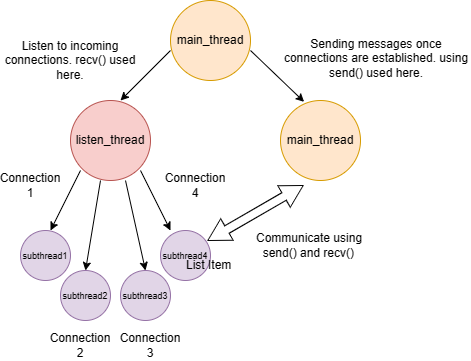
Before: Final_Client/cc_workflow.png, a diagram exported from draw.io (NarasimhanKovalai/Cloud_Computing_Project). Source tidied: cells renumbered, new cells last; positions are measured from the earlier drawing's top-left corner, leaving out a move shared by most shapes. Its diagram source:
```xml
<mxGraphModel>
  <root>
    <mxCell id="0" />
    <mxCell id="1" parent="0" />
    <mxCell id="2" value="listen_thread" style="ellipse;whiteSpace=wrap;html=1;fillColor=#f8cecc;strokeColor=#b85450;" parent="1" vertex="1">
      <mxGeometry x="70" y="100" width="80" height="80" as="geometry" />
    </mxCell>
    <mxCell id="3" value="main_thread" style="ellipse;whiteSpace=wrap;html=1;fillColor=#ffe6cc;strokeColor=#d79b00;" parent="1" vertex="1">
      <mxGeometry x="170" width="80" height="80" as="geometry" />
    </mxCell>
    <mxCell id="4" value="main_thread" style="ellipse;whiteSpace=wrap;html=1;fillColor=#ffe6cc;strokeColor=#d79b00;" parent="1" vertex="1">
      <mxGeometry x="280" y="100" width="80" height="80" as="geometry" />
    </mxCell>
    <mxCell id="5" style="endArrow=classic;html=1;rounded=0;" parent="1" edge="1">
      <mxGeometry relative="1" as="geometry">
        <mxPoint x="170" y="50" as="sourcePoint" />
        <mxPoint x="120" y="100" as="targetPoint" />
      </mxGeometry>
    </mxCell>
    <mxCell id="6" style="endArrow=classic;html=1;rounded=0;entryX=0.295;entryY=0.017;entryDx=0;entryDy=0;entryPerimeter=0;" parent="1" edge="1" target="4">
      <mxGeometry relative="1" as="geometry">
        <mxPoint x="250" y="50" as="sourcePoint" />
      </mxGeometry>
    </mxCell>
    <mxCell id="7" value="Listen to incoming connections. recv() used here." style="text;html=1;align=center;verticalAlign=middle;whiteSpace=wrap;rounded=0;" parent="1" vertex="1">
      <mxGeometry y="45" width="140" height="30" as="geometry" />
    </mxCell>
    <mxCell id="8" value="&lt;div style=&quot;text-align: center;&quot;&gt;Sending messages once connections are established. using send() used here.&lt;/div&gt;" style="text;whiteSpace=wrap;html=1;" parent="1" vertex="1">
      <mxGeometry x="280" y="30" width="190" height="40" as="geometry" />
    </mxCell>
    <mxCell id="9" style="endArrow=classic;html=1;rounded=0;" parent="1" edge="1">
      <mxGeometry relative="1" as="geometry">
        <mxPoint x="80" y="170" as="sourcePoint" />
        <mxPoint x="50" y="230" as="targetPoint" />
      </mxGeometry>
    </mxCell>
    <mxCell id="10" style="endArrow=classic;html=1;rounded=0;entryX=0.5;entryY=0;entryDx=0;entryDy=0;" parent="1" edge="1" target="15">
      <mxGeometry relative="1" as="geometry">
        <mxPoint x="100" y="180" as="sourcePoint" />
      </mxGeometry>
    </mxCell>
    <mxCell id="11" style="endArrow=classic;html=1;rounded=0;entryX=0.5;entryY=0;entryDx=0;entryDy=0;" parent="1" edge="1" target="16">
      <mxGeometry relative="1" as="geometry">
        <mxPoint x="125" y="180" as="sourcePoint" />
      </mxGeometry>
    </mxCell>
    <mxCell id="12" style="endArrow=classic;html=1;rounded=0;" parent="1" edge="1">
      <mxGeometry relative="1" as="geometry">
        <mxPoint x="140" y="170" as="sourcePoint" />
        <mxPoint x="170" y="230" as="targetPoint" />
      </mxGeometry>
    </mxCell>
    <mxCell id="13" value="&lt;font style=&quot;font-size: 9px;&quot;&gt;subthread1&lt;/font&gt;" style="ellipse;whiteSpace=wrap;html=1;fillColor=#e1d5e7;strokeColor=#9673a6;" parent="1" vertex="1">
      <mxGeometry x="20" y="230" width="50" height="50" as="geometry" />
    </mxCell>
    <mxCell id="14" value="&lt;font style=&quot;font-size: 9px;&quot;&gt;subthread4&lt;/font&gt;" style="ellipse;whiteSpace=wrap;html=1;fillColor=#e1d5e7;strokeColor=#9673a6;" parent="1" vertex="1">
      <mxGeometry x="160" y="230" width="50" height="50" as="geometry" />
    </mxCell>
    <mxCell id="15" value="&lt;font style=&quot;font-size: 9px;&quot;&gt;subthread2&lt;/font&gt;" style="ellipse;whiteSpace=wrap;html=1;fillColor=#e1d5e7;strokeColor=#9673a6;" parent="1" vertex="1">
      <mxGeometry x="60" y="270" width="50" height="50" as="geometry" />
    </mxCell>
    <mxCell id="16" value="&lt;font style=&quot;font-size: 9px;&quot;&gt;subthread3&lt;/font&gt;" style="ellipse;whiteSpace=wrap;html=1;fillColor=#e1d5e7;strokeColor=#9673a6;" parent="1" vertex="1">
      <mxGeometry x="120" y="270" width="50" height="50" as="geometry" />
    </mxCell>
    <mxCell id="17" value="Connection 1" style="text;html=1;align=center;verticalAlign=middle;whiteSpace=wrap;rounded=0;" parent="1" vertex="1">
      <mxGeometry y="170" width="60" height="30" as="geometry" />
    </mxCell>
    <mxCell id="18" value="Connection 4" style="text;html=1;align=center;verticalAlign=middle;whiteSpace=wrap;rounded=0;" parent="1" vertex="1">
      <mxGeometry x="165" y="170" width="60" height="30" as="geometry" />
    </mxCell>
    <mxCell id="19" value="Connection 2" style="text;html=1;align=center;verticalAlign=middle;whiteSpace=wrap;rounded=0;" parent="1" vertex="1">
      <mxGeometry x="50" y="330" width="60" height="30" as="geometry" />
    </mxCell>
    <mxCell id="20" value="Connection 3" style="text;html=1;align=center;verticalAlign=middle;whiteSpace=wrap;rounded=0;" parent="1" vertex="1">
      <mxGeometry x="120" y="330" width="60" height="30" as="geometry" />
    </mxCell>
    <mxCell id="21" style="html=1;shadow=0;dashed=0;align=center;verticalAlign=middle;shape=mxgraph.arrows2.twoWayArrow;dy=0.65;dx=22;rotation=-30;" parent="1" vertex="1">
      <mxGeometry x="200" y="200" width="110" height="25" as="geometry" />
    </mxCell>
    <mxCell id="22" value="List Item" style="text;strokeColor=none;fillColor=none;align=left;verticalAlign=middle;spacingLeft=4;spacingRight=4;overflow=hidden;whiteSpace=wrap;html=1;" parent="1" vertex="1">
      <mxGeometry x="180" y="250" width="80" height="30" as="geometry" />
    </mxCell>
    <mxCell id="23" value="Communicate using&amp;nbsp; &amp;nbsp; &amp;nbsp; send() and recv()" style="text;strokeColor=none;fillColor=none;align=left;verticalAlign=middle;spacingLeft=4;spacingRight=4;overflow=hidden;whiteSpace=wrap;html=1;" parent="1" vertex="1">
      <mxGeometry x="250" y="220" width="130" height="50" as="geometry" />
    </mxCell>
  </root>
</mxGraphModel>
```
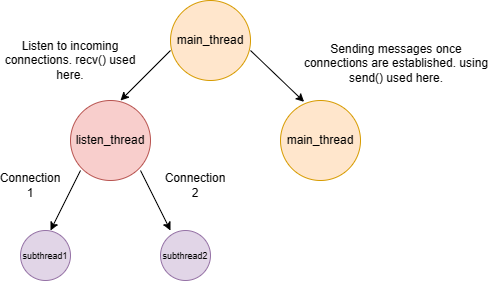
The same diagram one commit later.

Diff of the diagram source:
```diff
@@ -26,7 +26,7 @@
       <mxGeometry y="45" width="140" height="30" as="geometry" />
     </mxCell>
     <mxCell id="8" value="&lt;div style=&quot;text-align: center;&quot;&gt;Sending messages once connections are established. using send() used here.&lt;/div&gt;" style="text;whiteSpace=wrap;html=1;" parent="1" vertex="1">
-      <mxGeometry x="280" y="30" width="190" height="40" as="geometry" />
+      <mxGeometry x="300" y="35" width="190" height="40" as="geometry" />
     </mxCell>
     <mxCell id="9" style="endArrow=classic;html=1;rounded=0;" parent="1" edge="1">
       <mxGeometry relative="1" as="geometry">
@@ -34,16 +34,6 @@
         <mxPoint x="50" y="230" as="targetPoint" />
       </mxGeometry>
     </mxCell>
-    <mxCell id="10" style="endArrow=classic;html=1;rounded=0;entryX=0.5;entryY=0;entryDx=0;entryDy=0;" parent="1" edge="1" target="15">
-      <mxGeometry relative="1" as="geometry">
-        <mxPoint x="100" y="180" as="sourcePoint" />
-      </mxGeometry>
-    </mxCell>
-    <mxCell id="11" style="endArrow=classic;html=1;rounded=0;entryX=0.5;entryY=0;entryDx=0;entryDy=0;" parent="1" edge="1" target="16">
-      <mxGeometry relative="1" as="geometry">
-        <mxPoint x="125" y="180" as="sourcePoint" />
-      </mxGeometry>
-    </mxCell>
     <mxCell id="12" style="endArrow=classic;html=1;rounded=0;" parent="1" edge="1">
       <mxGeometry relative="1" as="geometry">
         <mxPoint x="140" y="170" as="sourcePoint" />
@@ -53,35 +43,14 @@
     <mxCell id="13" value="&lt;font style=&quot;font-size: 9px;&quot;&gt;subthread1&lt;/font&gt;" style="ellipse;whiteSpace=wrap;html=1;fillColor=#e1d5e7;strokeColor=#9673a6;" parent="1" vertex="1">
       <mxGeometry x="20" y="230" width="50" height="50" as="geometry" />
     </mxCell>
-    <mxCell id="14" value="&lt;font style=&quot;font-size: 9px;&quot;&gt;subthread4&lt;/font&gt;" style="ellipse;whiteSpace=wrap;html=1;fillColor=#e1d5e7;strokeColor=#9673a6;" parent="1" vertex="1">
+    <mxCell id="14" value="&lt;font style=&quot;font-size: 9px;&quot;&gt;subthread2&lt;/font&gt;" style="ellipse;whiteSpace=wrap;html=1;fillColor=#e1d5e7;strokeColor=#9673a6;" parent="1" vertex="1">
       <mxGeometry x="160" y="230" width="50" height="50" as="geometry" />
     </mxCell>
-    <mxCell id="15" value="&lt;font style=&quot;font-size: 9px;&quot;&gt;subthread2&lt;/font&gt;" style="ellipse;whiteSpace=wrap;html=1;fillColor=#e1d5e7;strokeColor=#9673a6;" parent="1" vertex="1">
-      <mxGeometry x="60" y="270" width="50" height="50" as="geometry" />
-    </mxCell>
-    <mxCell id="16" value="&lt;font style=&quot;font-size: 9px;&quot;&gt;subthread3&lt;/font&gt;" style="ellipse;whiteSpace=wrap;html=1;fillColor=#e1d5e7;strokeColor=#9673a6;" parent="1" vertex="1">
-      <mxGeometry x="120" y="270" width="50" height="50" as="geometry" />
-    </mxCell>
     <mxCell id="17" value="Connection 1" style="text;html=1;align=center;verticalAlign=middle;whiteSpace=wrap;rounded=0;" parent="1" vertex="1">
       <mxGeometry y="170" width="60" height="30" as="geometry" />
     </mxCell>
-    <mxCell id="18" value="Connection 4" style="text;html=1;align=center;verticalAlign=middle;whiteSpace=wrap;rounded=0;" parent="1" vertex="1">
+    <mxCell id="18" value="Connection 2" style="text;html=1;align=center;verticalAlign=middle;whiteSpace=wrap;rounded=0;" parent="1" vertex="1">
       <mxGeometry x="165" y="170" width="60" height="30" as="geometry" />
     </mxCell>
-    <mxCell id="19" value="Connection 2" style="text;html=1;align=center;verticalAlign=middle;whiteSpace=wrap;rounded=0;" parent="1" vertex="1">
-      <mxGeometry x="50" y="330" width="60" height="30" as="geometry" />
-    </mxCell>
-    <mxCell id="20" value="Connection 3" style="text;html=1;align=center;verticalAlign=middle;whiteSpace=wrap;rounded=0;" parent="1" vertex="1">
-      <mxGeometry x="120" y="330" width="60" height="30" as="geometry" />
-    </mxCell>
-    <mxCell id="21" style="html=1;shadow=0;dashed=0;align=center;verticalAlign=middle;shape=mxgraph.arrows2.twoWayArrow;dy=0.65;dx=22;rotation=-30;" parent="1" vertex="1">
-      <mxGeometry x="200" y="200" width="110" height="25" as="geometry" />
-    </mxCell>
-    <mxCell id="22" value="List Item" style="text;strokeColor=none;fillColor=none;align=left;verticalAlign=middle;spacingLeft=4;spacingRight=4;overflow=hidden;whiteSpace=wrap;html=1;" parent="1" vertex="1">
-      <mxGeometry x="180" y="250" width="80" height="30" as="geometry" />
-    </mxCell>
-    <mxCell id="23" value="Communicate using&amp;nbsp; &amp;nbsp; &amp;nbsp; send() and recv()" style="text;strokeColor=none;fillColor=none;align=left;verticalAlign=middle;spacingLeft=4;spacingRight=4;overflow=hidden;whiteSpace=wrap;html=1;" parent="1" vertex="1">
-      <mxGeometry x="250" y="220" width="130" height="50" as="geometry" />
-    </mxCell>
   </root>
 </mxGraphModel>
```
